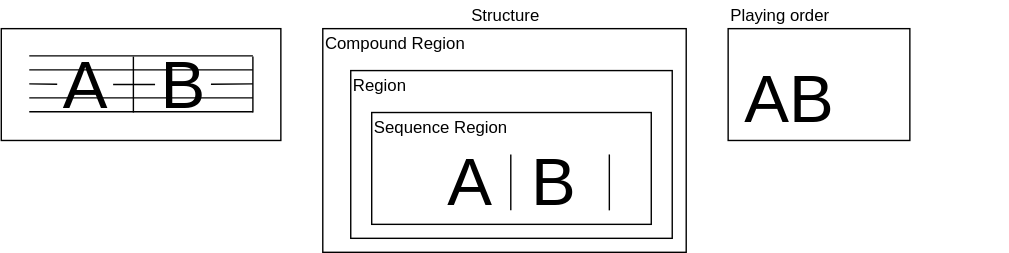
Earlier version of the draw.io export docs/repeat/example02.drawio.svg (ruimo/klavier-core). Source tidied: cells renumbered, new cells last; positions are measured from the earlier drawing's top-left corner, leaving out a move shared by most shapes.
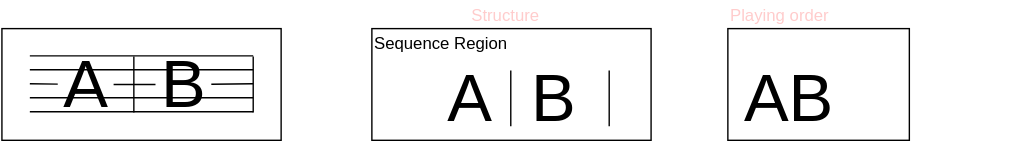
After the change.

Change to the diagram source:
```diff
@@ -2,12 +2,6 @@
   <root>
     <mxCell id="0" />
     <mxCell id="1" parent="0" />
-    <mxCell id="2" style="rounded=0;whiteSpace=wrap;html=1;" parent="1" vertex="1">
-      <mxGeometry x="230" y="20" width="260" height="160" as="geometry" />
-    </mxCell>
-    <mxCell id="3" style="rounded=0;whiteSpace=wrap;html=1;" parent="1" vertex="1">
-      <mxGeometry x="250" y="50" width="230" height="120" as="geometry" />
-    </mxCell>
     <mxCell id="4" style="rounded=0;whiteSpace=wrap;html=1;" parent="1" vertex="1">
       <mxGeometry y="20" width="200" height="80" as="geometry" />
     </mxCell>
@@ -55,18 +49,18 @@
       </mxGeometry>
     </mxCell>
     <mxCell id="13" style="rounded=0;whiteSpace=wrap;html=1;" parent="1" vertex="1">
-      <mxGeometry x="265" y="80" width="200" height="80" as="geometry" />
+      <mxGeometry x="265" y="20" width="200" height="80" as="geometry" />
     </mxCell>
     <mxCell id="14" value="Sequence Region" style="text;html=1;strokeColor=none;fillColor=none;align=left;verticalAlign=middle;whiteSpace=wrap;rounded=0;" parent="1" vertex="1">
-      <mxGeometry x="265" y="80" width="190" height="20" as="geometry" />
+      <mxGeometry x="265" y="20" width="190" height="20" as="geometry" />
     </mxCell>
     <mxCell id="15" value="&lt;font style=&quot;font-size: 48px&quot;&gt;A&lt;/font&gt;" style="text;html=1;strokeColor=none;fillColor=none;align=center;verticalAlign=middle;whiteSpace=wrap;rounded=0;" parent="1" vertex="1">
-      <mxGeometry x="315" y="120" width="40" height="20" as="geometry" />
+      <mxGeometry x="315" y="60" width="40" height="20" as="geometry" />
     </mxCell>
     <mxCell id="16" style="endArrow=none;html=1;" parent="1" edge="1">
       <mxGeometry relative="1" as="geometry">
-        <mxPoint x="364.5" y="150" as="sourcePoint" />
-        <mxPoint x="364.5" y="110" as="targetPoint" />
+        <mxPoint x="364.5" y="90" as="sourcePoint" />
+        <mxPoint x="364.5" y="50" as="targetPoint" />
       </mxGeometry>
     </mxCell>
     <mxCell id="17" value="&lt;font style=&quot;font-size: 48px&quot;&gt;B&lt;/font&gt;" style="text;html=1;strokeColor=none;fillColor=none;align=center;verticalAlign=middle;whiteSpace=wrap;rounded=0;" parent="1" vertex="1">
@@ -82,30 +76,24 @@
       </mxGeometry>
     </mxCell>
     <mxCell id="20" value="&lt;font style=&quot;font-size: 48px&quot;&gt;B&lt;/font&gt;" style="text;html=1;strokeColor=none;fillColor=none;align=center;verticalAlign=middle;whiteSpace=wrap;rounded=0;" parent="1" vertex="1">
-      <mxGeometry x="375" y="120" width="40" height="20" as="geometry" />
+      <mxGeometry x="375" y="60" width="40" height="20" as="geometry" />
     </mxCell>
     <mxCell id="21" style="endArrow=none;html=1;" parent="1" edge="1">
       <mxGeometry relative="1" as="geometry">
-        <mxPoint x="435" y="150" as="sourcePoint" />
-        <mxPoint x="435" y="110" as="targetPoint" />
+        <mxPoint x="435" y="90" as="sourcePoint" />
+        <mxPoint x="435" y="50" as="targetPoint" />
       </mxGeometry>
     </mxCell>
-    <mxCell id="22" value="Compound Region" style="text;html=1;strokeColor=none;fillColor=none;align=left;verticalAlign=middle;whiteSpace=wrap;rounded=0;" parent="1" vertex="1">
-      <mxGeometry x="230" y="20" width="200" height="20" as="geometry" />
-    </mxCell>
-    <mxCell id="23" value="Region" style="text;html=1;strokeColor=none;fillColor=none;align=left;verticalAlign=middle;whiteSpace=wrap;rounded=0;" parent="1" vertex="1">
-      <mxGeometry x="250" y="50" width="150" height="20" as="geometry" />
-    </mxCell>
     <mxCell id="24" style="rounded=0;whiteSpace=wrap;html=1;" parent="1" vertex="1">
       <mxGeometry x="520" y="20" width="130" height="80" as="geometry" />
     </mxCell>
-    <mxCell id="25" value="Playing order" style="text;html=1;strokeColor=none;fillColor=none;align=left;verticalAlign=middle;whiteSpace=wrap;rounded=0;" parent="1" vertex="1">
+    <mxCell id="25" value="Playing order" style="text;html=1;strokeColor=none;fillColor=none;align=left;verticalAlign=middle;whiteSpace=wrap;rounded=0;fontColor=#FFCCCC;" parent="1" vertex="1">
       <mxGeometry x="520" width="200" height="20" as="geometry" />
     </mxCell>
     <mxCell id="26" value="&lt;font style=&quot;font-size: 48px&quot;&gt;AB&lt;/font&gt;" style="text;html=1;strokeColor=none;fillColor=none;align=left;verticalAlign=middle;whiteSpace=wrap;rounded=0;" parent="1" vertex="1">
       <mxGeometry x="530" y="60" width="110" height="20" as="geometry" />
     </mxCell>
-    <mxCell id="27" value="Structure" style="text;html=1;strokeColor=none;fillColor=none;align=center;verticalAlign=middle;whiteSpace=wrap;rounded=0;" parent="1" vertex="1">
+    <mxCell id="27" value="Structure" style="text;html=1;strokeColor=none;fillColor=none;align=center;verticalAlign=middle;whiteSpace=wrap;rounded=0;fontColor=#FFCCCC;" parent="1" vertex="1">
       <mxGeometry x="230" width="260" height="20" as="geometry" />
     </mxCell>
   </root>
```
